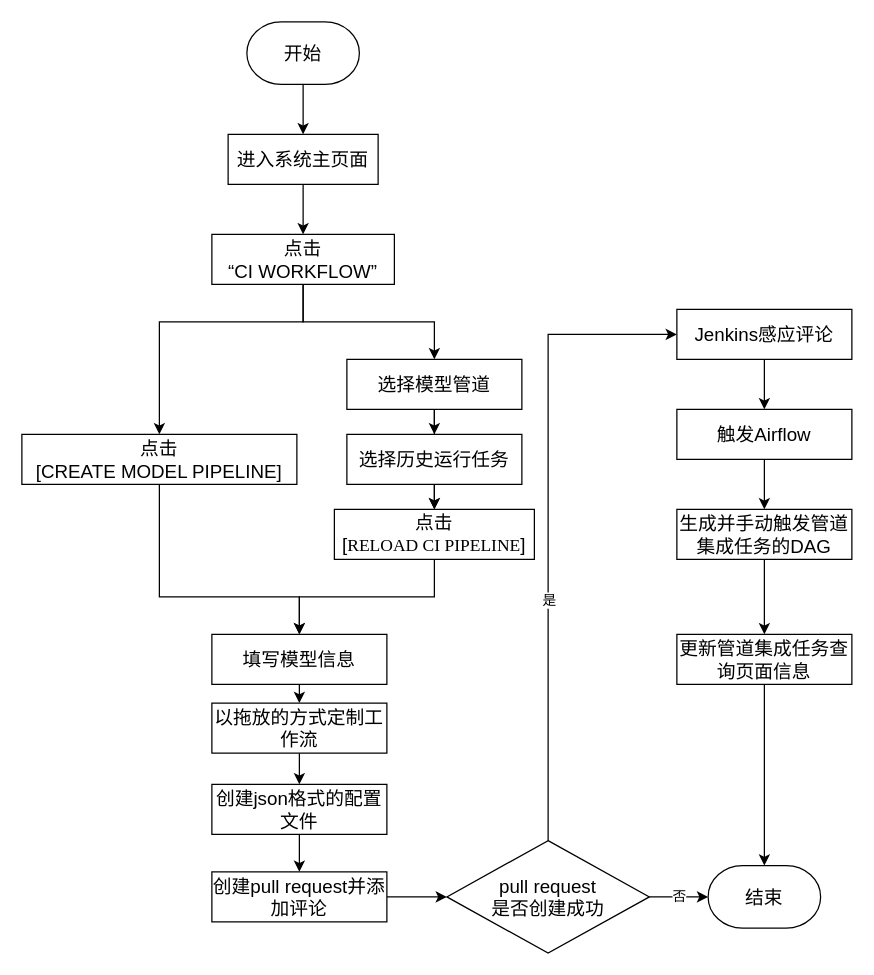
Before: 管道集成任务构建流程图.drawio in Sequin-hdd/COINFO, a draw.io diagram. Source tidied: cells renumbered, new cells numbered last; positions are measured from the earlier drawing's top-left corner, leaving out a move shared by most shapes. Both pictures are drawn from the tidied source at 125%, with x=0, y=0 at pixel (21, 21).
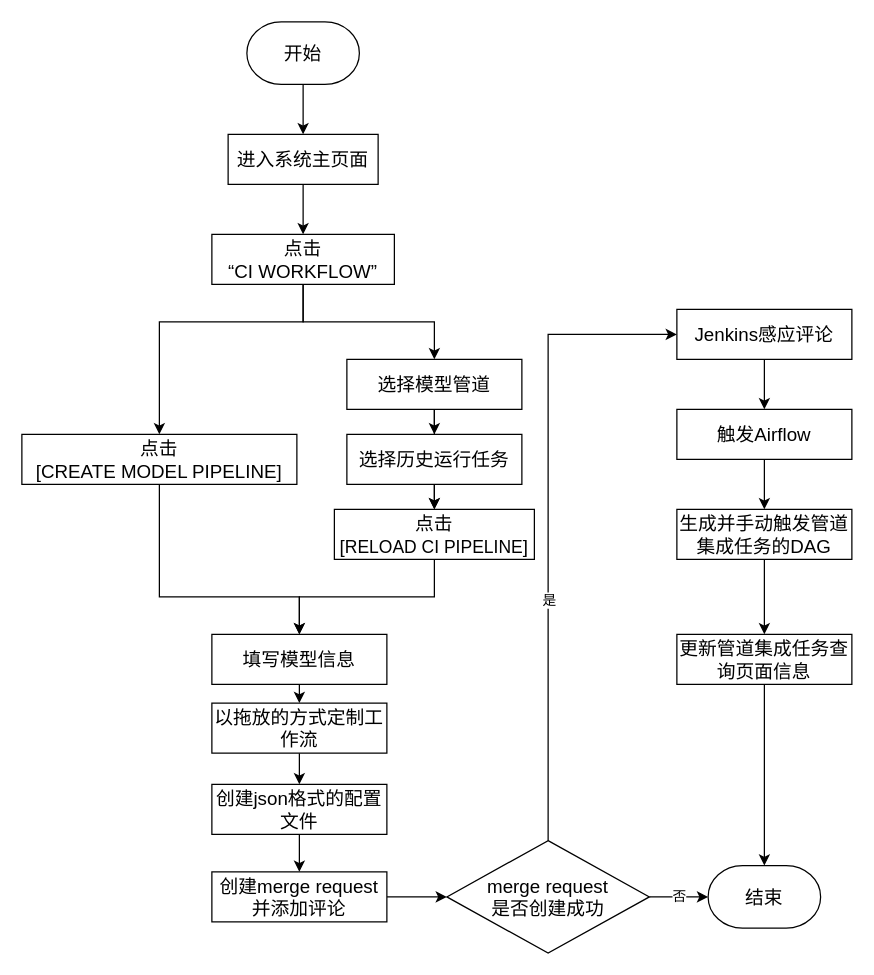
Above is the later version.

Commit message:
更新管道集成任务构建流程图.drawio

Change to the diagram source:
```diff
@@
-    <mxCell id="17" value="&lt;span style=&quot;font-size: 15px&quot;&gt;点击&lt;br&gt;[&lt;/span&gt;&lt;span style=&quot;font-family: &amp;#34;times new roman&amp;#34; ; font-size: 10.5pt&quot;&gt;RELOAD CI PIPELINE&lt;/span&gt;&lt;span style=&quot;font-size: 15px&quot;&gt;]&lt;/span&gt;" style="rounded=0;whiteSpace=wrap;html=1;" parent="1" vertex="1">
+    <mxCell id="17" value="&lt;span style=&quot;font-size: 15px&quot;&gt;点击&lt;br&gt;[&lt;/span&gt;&lt;span style=&quot;font-size: 10.5pt&quot;&gt;RELOAD CI PIPELINE&lt;/span&gt;&lt;span style=&quot;font-size: 15px&quot;&gt;]&lt;/span&gt;" style="rounded=0;whiteSpace=wrap;html=1;" parent="1" vertex="1">
       <mxGeometry x="250" y="390" width="160" height="40" as="geometry" />
     </mxCell>
@@
-    <mxCell id="25" value="&lt;span style=&quot;font-size: 15px&quot;&gt;创建pull request并添加评论&lt;br&gt;&lt;/span&gt;" style="rounded=0;whiteSpace=wrap;html=1;" parent="1" vertex="1">
+    <mxCell id="25" value="&lt;span style=&quot;font-size: 15px&quot;&gt;创建merge request并添加评论&lt;br&gt;&lt;/span&gt;" style="rounded=0;whiteSpace=wrap;html=1;" parent="1" vertex="1">
       <mxGeometry x="152" y="680" width="140" height="40" as="geometry" />
     </mxCell>
@@
-    <mxCell id="38" value="&lt;span style=&quot;font-size: 15px&quot;&gt;pull request&lt;br&gt;是否创建成功&lt;/span&gt;" style="rhombus;whiteSpace=wrap;html=1;" parent="1" vertex="1">
+    <mxCell id="38" value="&lt;span style=&quot;font-size: 15px&quot;&gt;merge request&lt;br&gt;是否创建成功&lt;/span&gt;" style="rhombus;whiteSpace=wrap;html=1;" parent="1" vertex="1">
       <mxGeometry x="340" y="655" width="162" height="90" as="geometry" />
     </mxCell>
```
